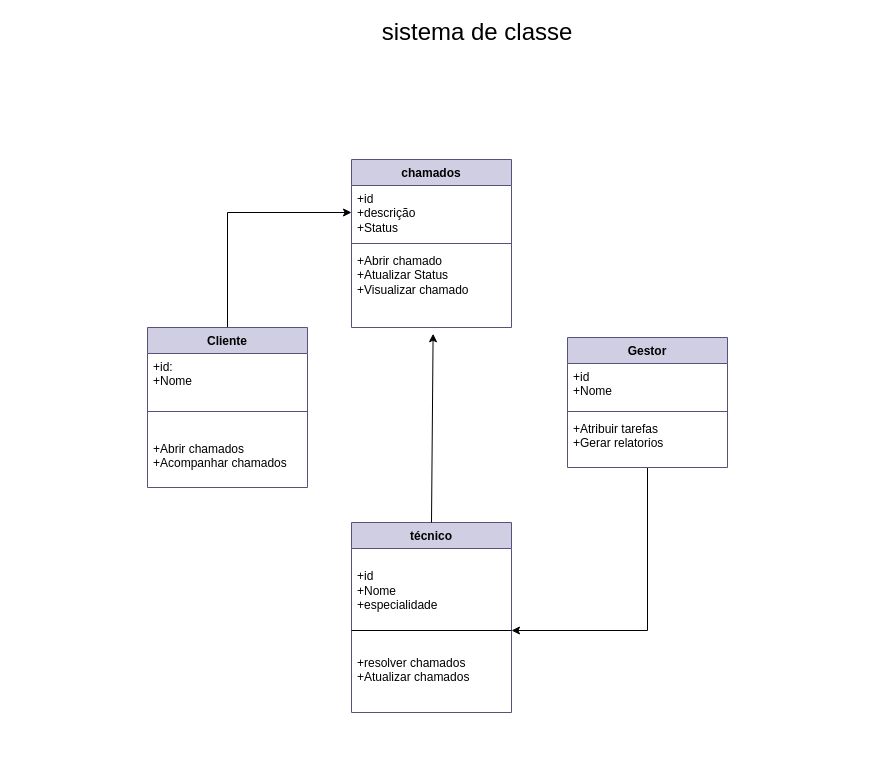
Before: page "Página-16" (16 of 17) of Diagrama sem nome.drawio in jkkauany/diagramaderequisitos, a draw.io diagram. Source tidied: cells renumbered, new cells numbered last; positions are measured from the earlier drawing's top-left corner, leaving out a move shared by most shapes. Both pictures are drawn from the tidied source at 100%, with x=0, y=0 at pixel (147, 17).
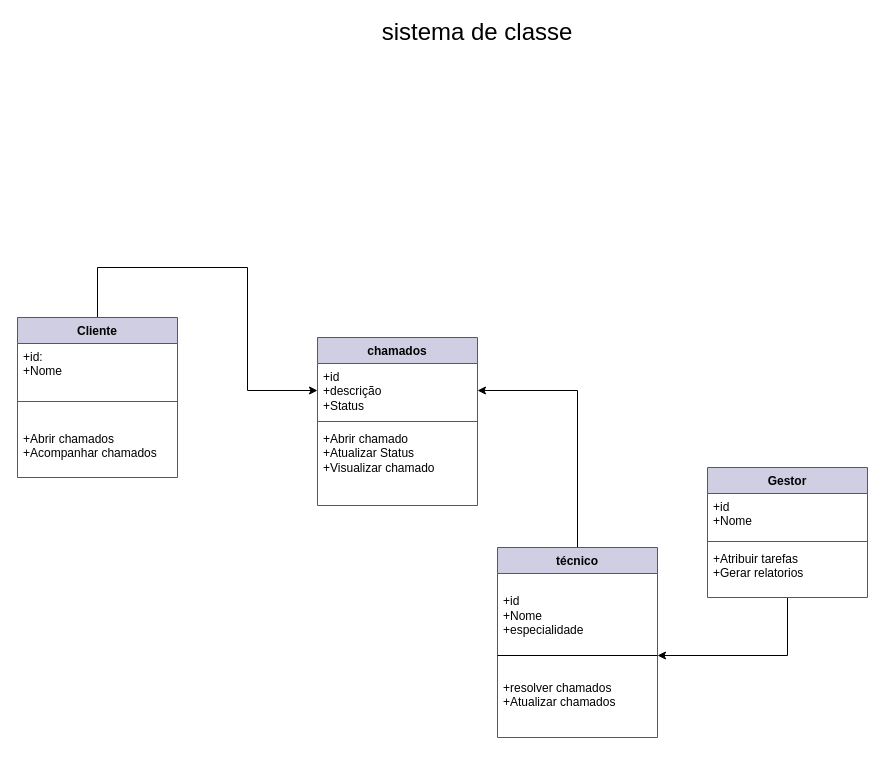
The same page after the edit.

Unchanged cells that the change refers to:
```xml
<mxCell id="12" value="+id&lt;div&gt;+descrição&lt;/div&gt;&lt;div&gt;+Status&lt;/div&gt;" style="text;strokeColor=none;fillColor=none;align=left;verticalAlign=top;spacingLeft=4;spacingRight=4;overflow=hidden;points=[[0,0.5],[1,0.5]];portConstraint=eastwest;whiteSpace=wrap;html=1;" parent="11" vertex="1">
  <mxGeometry y="26" width="160" height="54" as="geometry" />
</mxCell>
<mxCell id="14" value="+Abrir chamado&lt;div&gt;+Atualizar Status&lt;/div&gt;&lt;div&gt;+Visualizar chamado&lt;/div&gt;" style="text;strokeColor=none;fillColor=none;align=left;verticalAlign=top;spacingLeft=4;spacingRight=4;overflow=hidden;points=[[0,0.5],[1,0.5]];portConstraint=eastwest;whiteSpace=wrap;html=1;" parent="11" vertex="1">
  <mxGeometry y="88" width="160" height="80" as="geometry" />
</mxCell>
```

The edit, as a diff of the source:
```diff
@@
     <mxCell id="3" style="edgeStyle=orthogonalEdgeStyle;rounded=0;jettySize=auto;html=1;exitX=0.5;exitY=0;exitDx=0;exitDy=0;" parent="1" edge="1" source="4" target="12">
-      <mxGeometry relative="1" as="geometry" />
+      <mxGeometry relative="1" as="geometry">
+        <Array as="points">
+          <mxPoint x="-50" y="250" />
+          <mxPoint x="100" y="250" />
+          <mxPoint x="100" y="373" />
+        </Array>
+      </mxGeometry>
     </mxCell>
     <mxCell id="4" value="Cliente" style="swimlane;fontStyle=1;align=center;verticalAlign=top;horizontal=1;startSize=26;whiteSpace=wrap;html=1;fillColor=#d0cee2;strokeColor=#56517e;" parent="1" vertex="1">
-      <mxGeometry y="310" width="160" height="160" as="geometry" />
+      <mxGeometry x="-130" y="300" width="160" height="160" as="geometry" />
     </mxCell>
@@
+    <mxCell id="21" style="edgeStyle=orthogonalEdgeStyle;rounded=0;jettySize=auto;html=1;exitX=0.5;exitY=0;exitDx=0;exitDy=0;entryX=1;entryY=0.5;entryDx=0;entryDy=0;" parent="1" edge="1" source="8" target="12">
+      <mxGeometry relative="1" as="geometry" />
+    </mxCell>
     <mxCell id="8" value="técnico" style="swimlane;fontStyle=1;align=center;verticalAlign=top;horizontal=1;startSize=26;whiteSpace=wrap;html=1;fillColor=#d0cee2;strokeColor=#56517e;" parent="1" vertex="1">
-      <mxGeometry x="204" y="505" width="160" height="190" as="geometry" />
+      <mxGeometry x="350" y="530" width="160" height="190" as="geometry" />
     </mxCell>
@@
     <mxCell id="11" value="chamados" style="swimlane;fontStyle=1;align=center;verticalAlign=top;horizontal=1;startSize=26;whiteSpace=wrap;html=1;fillColor=#d0cee2;strokeColor=#56517e;" parent="1" vertex="1">
-      <mxGeometry x="204" y="142" width="160" height="168" as="geometry" />
+      <mxGeometry x="170" y="320" width="160" height="168" as="geometry" />
     </mxCell>
@@
     <mxCell id="16" value="Gestor" style="swimlane;fontStyle=1;align=center;verticalAlign=top;horizontal=1;startSize=26;whiteSpace=wrap;html=1;fillColor=#d0cee2;strokeColor=#56517e;" parent="1" vertex="1">
-      <mxGeometry x="420" y="320" width="160" height="130" as="geometry" />
+      <mxGeometry x="560" y="450" width="160" height="130" as="geometry" />
     </mxCell>
@@
-    <mxCell id="20" style="endArrow=classic;html=1;rounded=0;exitX=0.5;exitY=0;exitDx=0;exitDy=0;entryX=0.51;entryY=1.078;entryDx=0;entryDy=0;entryPerimeter=0;" parent="1" edge="1" source="8" target="14">
-      <mxGeometry relative="1" as="geometry" />
-    </mxCell>
```
